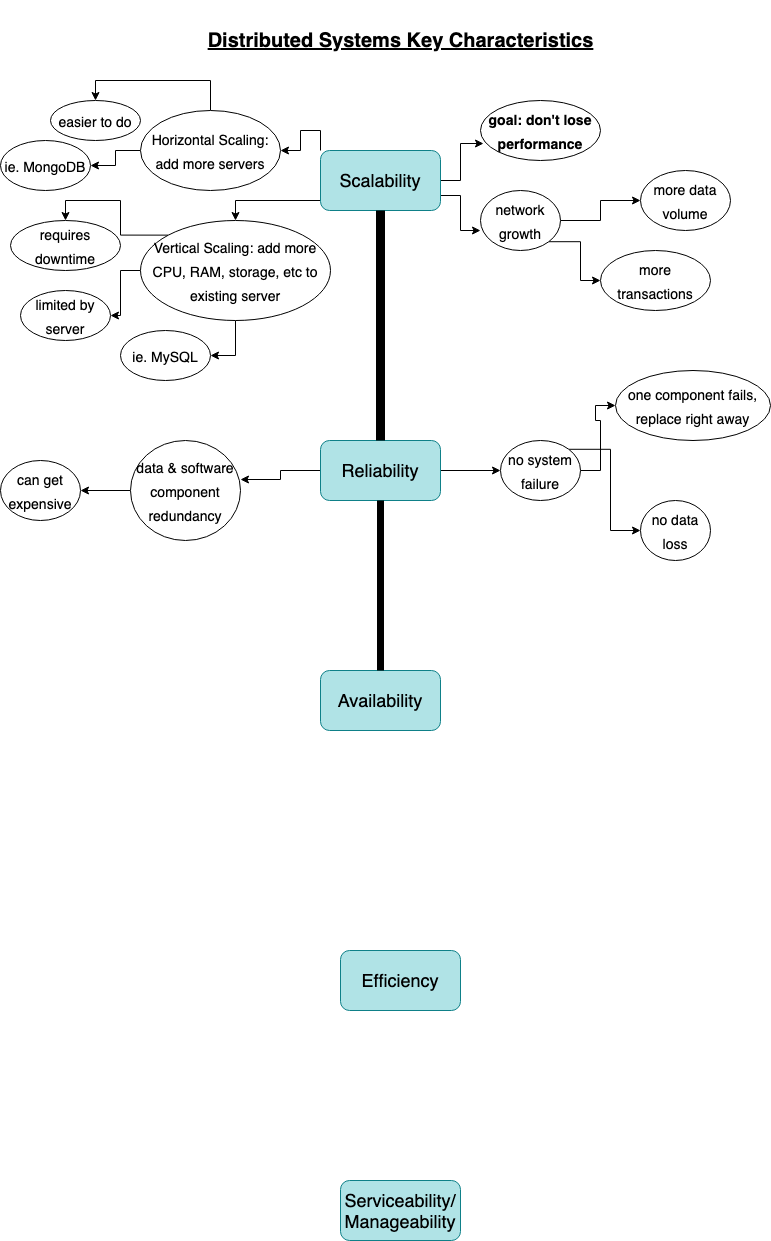
Above: systems_design_notes.png in jessica-hsu/grokking_systems_design_practice (draw.io), before the change. Source tidied: cells renumbered, new cells last; positions are measured from the earlier drawing's top-left corner, leaving out a move shared by most shapes.
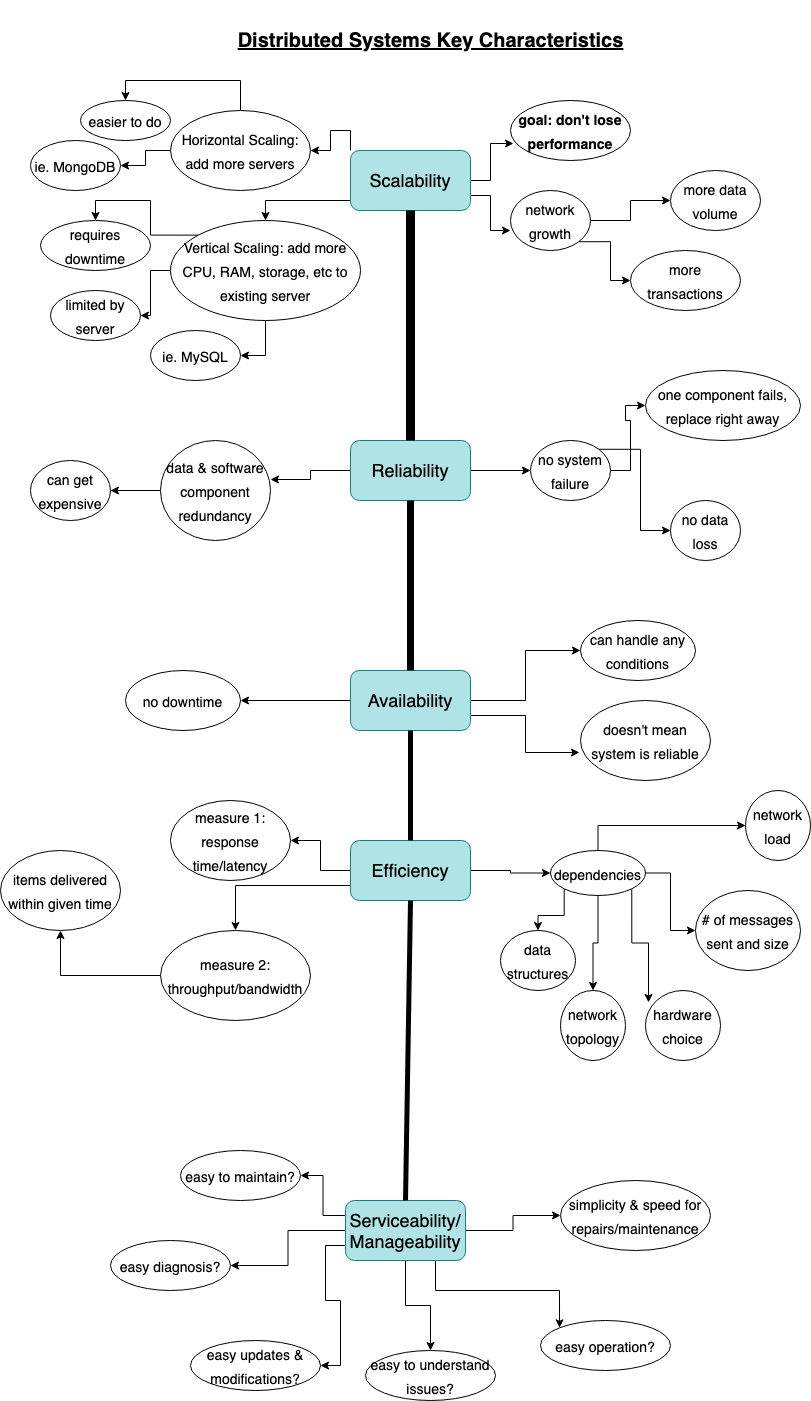
Later version of the same file.

Change to the diagram source:
```diff
@@ -39,11 +39,38 @@
     <mxCell id="11" value="Reliability" style="rounded=1;whiteSpace=wrap;html=1;fontSize=18;fillColor=#b0e3e6;strokeColor=#0e8088;" parent="1" vertex="1">
       <mxGeometry x="320" y="420" width="120" height="60" as="geometry" />
     </mxCell>
+    <mxCell id="45" style="edgeStyle=orthogonalEdgeStyle;rounded=0;jettySize=auto;html=1;exitX=0;exitY=0.5;exitDx=0;exitDy=0;entryX=1;entryY=0.5;entryDx=0;entryDy=0;fontSize=14;strokeColor=#000000;strokeWidth=1;" parent="1" edge="1" source="12" target="61">
+      <mxGeometry relative="1" as="geometry" />
+    </mxCell>
+    <mxCell id="46" style="edgeStyle=orthogonalEdgeStyle;rounded=0;jettySize=auto;html=1;exitX=0;exitY=0.75;exitDx=0;exitDy=0;fontSize=14;strokeColor=#000000;strokeWidth=1;" parent="1" edge="1" source="12" target="63">
+      <mxGeometry relative="1" as="geometry" />
+    </mxCell>
+    <mxCell id="47" style="edgeStyle=orthogonalEdgeStyle;rounded=0;jettySize=auto;html=1;exitX=1;exitY=0.5;exitDx=0;exitDy=0;entryX=0;entryY=0.5;entryDx=0;entryDy=0;fontSize=14;strokeColor=#000000;strokeWidth=1;" parent="1" edge="1" source="12" target="74">
+      <mxGeometry relative="1" as="geometry" />
+    </mxCell>
     <mxCell id="12" value="Efficiency" style="rounded=1;whiteSpace=wrap;html=1;fontSize=18;fillColor=#b0e3e6;strokeColor=#0e8088;" parent="1" vertex="1">
-      <mxGeometry x="340" y="930" width="120" height="60" as="geometry" />
+      <mxGeometry x="320" y="820" width="120" height="60" as="geometry" />
     </mxCell>
+    <mxCell id="48" style="edgeStyle=orthogonalEdgeStyle;rounded=0;jettySize=auto;html=1;exitX=0;exitY=0.25;exitDx=0;exitDy=0;fontSize=14;strokeColor=#000000;strokeWidth=1;" parent="1" edge="1" source="13" target="77">
+      <mxGeometry relative="1" as="geometry" />
+    </mxCell>
+    <mxCell id="49" style="edgeStyle=orthogonalEdgeStyle;rounded=0;jettySize=auto;html=1;exitX=0;exitY=0.5;exitDx=0;exitDy=0;entryX=1;entryY=0.5;entryDx=0;entryDy=0;fontSize=14;strokeColor=#000000;strokeWidth=1;" parent="1" edge="1" source="13" target="79">
+      <mxGeometry relative="1" as="geometry" />
+    </mxCell>
+    <mxCell id="50" style="edgeStyle=orthogonalEdgeStyle;rounded=0;jettySize=auto;html=1;exitX=0;exitY=0.75;exitDx=0;exitDy=0;entryX=1;entryY=0.5;entryDx=0;entryDy=0;fontSize=14;strokeColor=#000000;strokeWidth=1;" parent="1" edge="1" source="13" target="81">
+      <mxGeometry relative="1" as="geometry" />
+    </mxCell>
+    <mxCell id="51" style="edgeStyle=orthogonalEdgeStyle;rounded=0;jettySize=auto;html=1;exitX=0.5;exitY=1;exitDx=0;exitDy=0;fontSize=14;strokeColor=#000000;strokeWidth=1;" parent="1" edge="1" source="13" target="80">
+      <mxGeometry relative="1" as="geometry" />
+    </mxCell>
+    <mxCell id="52" style="edgeStyle=orthogonalEdgeStyle;rounded=0;jettySize=auto;html=1;exitX=0.75;exitY=1;exitDx=0;exitDy=0;entryX=0;entryY=0;entryDx=0;entryDy=0;fontSize=14;strokeColor=#000000;strokeWidth=1;" parent="1" edge="1" source="13" target="82">
+      <mxGeometry relative="1" as="geometry" />
+    </mxCell>
+    <mxCell id="53" style="edgeStyle=orthogonalEdgeStyle;rounded=0;jettySize=auto;html=1;exitX=1;exitY=0.5;exitDx=0;exitDy=0;entryX=0;entryY=0.5;entryDx=0;entryDy=0;fontSize=14;strokeColor=#000000;strokeWidth=1;" parent="1" edge="1" source="13" target="78">
+      <mxGeometry relative="1" as="geometry" />
+    </mxCell>
     <mxCell id="13" value="Serviceability/&lt;br&gt;Manageability" style="rounded=1;whiteSpace=wrap;html=1;fontSize=18;fillColor=#b0e3e6;strokeColor=#0e8088;" parent="1" vertex="1">
-      <mxGeometry x="340" y="1160" width="120" height="60" as="geometry" />
+      <mxGeometry x="315" y="1180" width="120" height="60" as="geometry" />
     </mxCell>
     <mxCell id="14" style="edgeStyle=orthogonalEdgeStyle;rounded=0;jettySize=auto;html=1;exitX=0.75;exitY=0;exitDx=0;exitDy=0;fontSize=20;strokeColor=none;endArrow=none;" parent="1" edge="1" source="3">
       <mxGeometry relative="1" as="geometry">
@@ -138,6 +165,15 @@
     <mxCell id="41" value="&lt;span style=&quot;font-size: 14px&quot;&gt;can get expensive&lt;/span&gt;" style="ellipse;whiteSpace=wrap;html=1;fontSize=20;" parent="1" vertex="1">
       <mxGeometry y="440" width="80" height="60" as="geometry" />
     </mxCell>
+    <mxCell id="54" style="edgeStyle=orthogonalEdgeStyle;rounded=0;jettySize=auto;html=1;exitX=1;exitY=0.5;exitDx=0;exitDy=0;fontSize=14;strokeColor=#000000;strokeWidth=1;entryX=0;entryY=0.5;entryDx=0;entryDy=0;" parent="1" edge="1" source="42" target="58">
+      <mxGeometry relative="1" as="geometry" />
+    </mxCell>
+    <mxCell id="55" style="edgeStyle=orthogonalEdgeStyle;rounded=0;jettySize=auto;html=1;exitX=0;exitY=0.5;exitDx=0;exitDy=0;entryX=1;entryY=0.5;entryDx=0;entryDy=0;fontSize=14;strokeColor=#000000;strokeWidth=1;" parent="1" edge="1" source="42" target="57">
+      <mxGeometry relative="1" as="geometry" />
+    </mxCell>
+    <mxCell id="56" style="edgeStyle=orthogonalEdgeStyle;rounded=0;jettySize=auto;html=1;exitX=1;exitY=0.75;exitDx=0;exitDy=0;entryX=-0.008;entryY=0.65;entryDx=0;entryDy=0;entryPerimeter=0;fontSize=14;strokeColor=#000000;strokeWidth=1;" parent="1" edge="1" source="42" target="60">
+      <mxGeometry relative="1" as="geometry" />
+    </mxCell>
     <mxCell id="42" value="Availability" style="rounded=1;whiteSpace=wrap;html=1;fontSize=18;fillColor=#b0e3e6;strokeColor=#0e8088;" parent="1" vertex="1">
       <mxGeometry x="320" y="650" width="120" height="60" as="geometry" />
     </mxCell>
@@ -151,5 +187,83 @@
         <mxPoint x="380" y="480" as="sourcePoint" />
       </mxGeometry>
     </mxCell>
+    <mxCell id="57" value="&lt;span style=&quot;font-size: 14px&quot;&gt;no downtime&lt;/span&gt;" style="ellipse;whiteSpace=wrap;html=1;fontSize=20;" parent="1" vertex="1">
+      <mxGeometry x="95" y="650" width="115" height="60" as="geometry" />
+    </mxCell>
+    <mxCell id="58" value="&lt;span style=&quot;font-size: 14px&quot;&gt;can handle any conditions&lt;/span&gt;" style="ellipse;whiteSpace=wrap;html=1;fontSize=20;" parent="1" vertex="1">
+      <mxGeometry x="550" y="600" width="115" height="60" as="geometry" />
+    </mxCell>
+    <mxCell id="59" style="shape=link;html=1;rounded=0;fontSize=14;strokeColor=#000000;strokeWidth=3;entryX=0.5;entryY=0;entryDx=0;entryDy=0;exitX=0.5;exitY=1;exitDx=0;exitDy=0;width=-4;" parent="1" edge="1" source="42" target="12">
+      <mxGeometry relative="1" as="geometry" />
+    </mxCell>
+    <mxCell id="60" value="&lt;span style=&quot;font-size: 14px&quot;&gt;doesn't mean system is reliable&lt;/span&gt;" style="ellipse;whiteSpace=wrap;html=1;fontSize=20;" parent="1" vertex="1">
+      <mxGeometry x="550" y="680" width="130" height="80" as="geometry" />
+    </mxCell>
+    <mxCell id="61" value="&lt;span style=&quot;font-size: 14px&quot;&gt;measure 1: response time/latency&lt;/span&gt;" style="ellipse;whiteSpace=wrap;html=1;fontSize=20;" parent="1" vertex="1">
+      <mxGeometry x="140" y="780" width="120" height="80" as="geometry" />
+    </mxCell>
+    <mxCell id="62" style="edgeStyle=orthogonalEdgeStyle;rounded=0;jettySize=auto;html=1;exitX=0;exitY=0.5;exitDx=0;exitDy=0;entryX=0.5;entryY=1;entryDx=0;entryDy=0;fontSize=14;strokeColor=#000000;strokeWidth=1;" parent="1" edge="1" source="63" target="64">
+      <mxGeometry relative="1" as="geometry" />
+    </mxCell>
+    <mxCell id="63" value="&lt;span style=&quot;font-size: 14px&quot;&gt;measure 2: throughput/bandwidth&lt;/span&gt;" style="ellipse;whiteSpace=wrap;html=1;fontSize=20;" parent="1" vertex="1">
+      <mxGeometry x="130" y="910" width="150" height="90" as="geometry" />
+    </mxCell>
+    <mxCell id="64" value="&lt;span style=&quot;font-size: 14px&quot;&gt;items delivered within given time&lt;/span&gt;" style="ellipse;whiteSpace=wrap;html=1;fontSize=20;" parent="1" vertex="1">
+      <mxGeometry x="-30" y="830" width="120" height="80" as="geometry" />
+    </mxCell>
+    <mxCell id="65" value="&lt;span style=&quot;font-size: 14px&quot;&gt;# of messages sent and size&lt;/span&gt;" style="ellipse;whiteSpace=wrap;html=1;fontSize=20;" parent="1" vertex="1">
+      <mxGeometry x="665" y="870" width="105" height="80" as="geometry" />
+    </mxCell>
+    <mxCell id="66" value="&lt;span style=&quot;font-size: 14px&quot;&gt;network topology&lt;/span&gt;" style="ellipse;whiteSpace=wrap;html=1;fontSize=20;" parent="1" vertex="1">
+      <mxGeometry x="530" y="970" width="65" height="70" as="geometry" />
+    </mxCell>
+    <mxCell id="67" value="&lt;span style=&quot;font-size: 14px&quot;&gt;data structures&lt;/span&gt;" style="ellipse;whiteSpace=wrap;html=1;fontSize=20;" parent="1" vertex="1">
+      <mxGeometry x="470" y="910" width="75" height="60" as="geometry" />
+    </mxCell>
+    <mxCell id="68" value="&lt;span style=&quot;font-size: 14px&quot;&gt;network load&lt;/span&gt;" style="ellipse;whiteSpace=wrap;html=1;fontSize=20;" parent="1" vertex="1">
+      <mxGeometry x="715" y="770" width="65" height="70" as="geometry" />
+    </mxCell>
+    <mxCell id="69" value="&lt;span style=&quot;font-size: 14px&quot;&gt;hardware choice&lt;/span&gt;" style="ellipse;whiteSpace=wrap;html=1;fontSize=20;" parent="1" vertex="1">
+      <mxGeometry x="615" y="970" width="75" height="70" as="geometry" />
+    </mxCell>
+    <mxCell id="70" style="edgeStyle=orthogonalEdgeStyle;rounded=0;jettySize=auto;html=1;exitX=1;exitY=0.5;exitDx=0;exitDy=0;fontSize=14;strokeColor=#000000;strokeWidth=1;" parent="1" edge="1" source="74" target="65">
+      <mxGeometry relative="1" as="geometry" />
+    </mxCell>
+    <mxCell id="71" style="edgeStyle=orthogonalEdgeStyle;rounded=0;jettySize=auto;html=1;exitX=0;exitY=1;exitDx=0;exitDy=0;entryX=0.5;entryY=0;entryDx=0;entryDy=0;fontSize=14;strokeColor=#000000;strokeWidth=1;" parent="1" edge="1" source="74" target="67">
+      <mxGeometry relative="1" as="geometry" />
+    </mxCell>
+    <mxCell id="72" style="edgeStyle=orthogonalEdgeStyle;rounded=0;jettySize=auto;html=1;exitX=0.5;exitY=1;exitDx=0;exitDy=0;entryX=0.5;entryY=0;entryDx=0;entryDy=0;fontSize=14;strokeColor=#000000;strokeWidth=1;" parent="1" edge="1" source="74" target="66">
+      <mxGeometry relative="1" as="geometry" />
+    </mxCell>
+    <mxCell id="73" style="edgeStyle=orthogonalEdgeStyle;rounded=0;jettySize=auto;html=1;exitX=1;exitY=1;exitDx=0;exitDy=0;entryX=0.04;entryY=0.171;entryDx=0;entryDy=0;entryPerimeter=0;fontSize=14;strokeColor=#000000;strokeWidth=1;" parent="1" edge="1" source="74" target="69">
+      <mxGeometry relative="1" as="geometry" />
+    </mxCell>
+    <mxCell id="74" value="&lt;span style=&quot;font-size: 14px&quot;&gt;dependencies&lt;/span&gt;" style="ellipse;whiteSpace=wrap;html=1;fontSize=20;" parent="1" vertex="1">
+      <mxGeometry x="520" y="830" width="95" height="45" as="geometry" />
+    </mxCell>
+    <mxCell id="75" style="edgeStyle=orthogonalEdgeStyle;rounded=0;jettySize=auto;html=1;exitX=0.5;exitY=0;exitDx=0;exitDy=0;fontSize=14;strokeColor=#000000;strokeWidth=1;" parent="1" edge="1" source="74" target="68">
+      <mxGeometry relative="1" as="geometry" />
+    </mxCell>
+    <mxCell id="76" style="shape=link;html=1;rounded=0;fontSize=14;strokeColor=#000000;strokeWidth=3;entryX=0.5;entryY=1;entryDx=0;entryDy=0;exitX=0.5;exitY=0;exitDx=0;exitDy=0;width=-4;" parent="1" edge="1" source="13" target="12">
+      <mxGeometry relative="1" as="geometry" />
+    </mxCell>
+    <mxCell id="77" value="&lt;span style=&quot;font-size: 14px&quot;&gt;easy to maintain?&lt;/span&gt;" style="ellipse;whiteSpace=wrap;html=1;fontSize=20;" parent="1" vertex="1">
+      <mxGeometry x="150" y="1130" width="120" height="50" as="geometry" />
+    </mxCell>
+    <mxCell id="78" value="&lt;span style=&quot;font-size: 14px&quot;&gt;simplicity &amp;amp; speed for repairs/maintenance&lt;/span&gt;" style="ellipse;whiteSpace=wrap;html=1;fontSize=20;" parent="1" vertex="1">
+      <mxGeometry x="530" y="1160" width="150" height="70" as="geometry" />
+    </mxCell>
+    <mxCell id="79" value="&lt;span style=&quot;font-size: 14px&quot;&gt;easy diagnosis?&lt;/span&gt;" style="ellipse;whiteSpace=wrap;html=1;fontSize=20;" parent="1" vertex="1">
+      <mxGeometry x="80" y="1220" width="120" height="50" as="geometry" />
+    </mxCell>
+    <mxCell id="80" value="&lt;span style=&quot;font-size: 14px&quot;&gt;easy to understand issues?&lt;/span&gt;" style="ellipse;whiteSpace=wrap;html=1;fontSize=20;" parent="1" vertex="1">
+      <mxGeometry x="335" y="1330" width="130" height="50" as="geometry" />
+    </mxCell>
+    <mxCell id="81" value="&lt;span style=&quot;font-size: 14px&quot;&gt;easy updates &amp;amp; modifications?&lt;/span&gt;" style="ellipse;whiteSpace=wrap;html=1;fontSize=20;" parent="1" vertex="1">
+      <mxGeometry x="160" y="1320" width="130" height="50" as="geometry" />
+    </mxCell>
+    <mxCell id="82" value="&lt;span style=&quot;font-size: 14px&quot;&gt;easy operation?&lt;/span&gt;" style="ellipse;whiteSpace=wrap;html=1;fontSize=20;" parent="1" vertex="1">
+      <mxGeometry x="510" y="1300" width="130" height="50" as="geometry" />
+    </mxCell>
   </root>
 </mxGraphModel>
```
